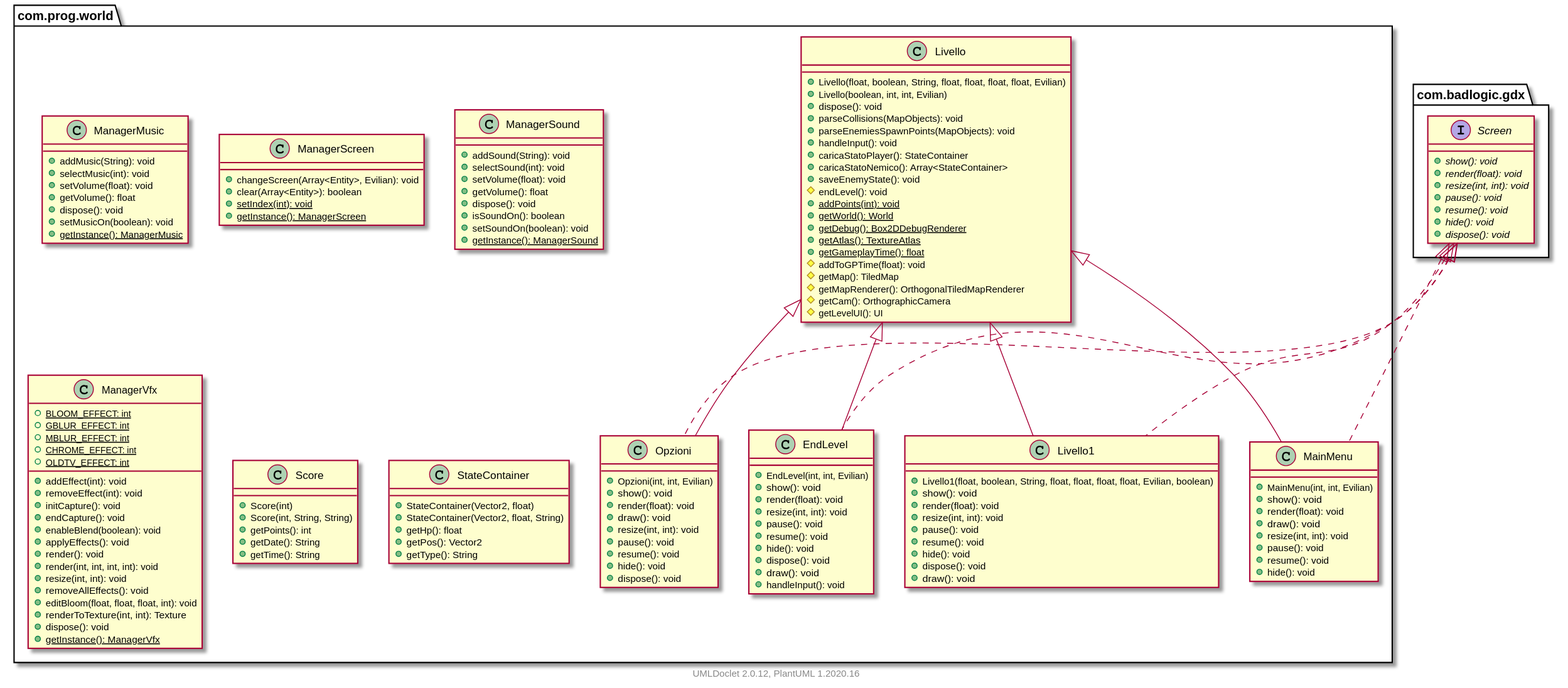
Garma00/Evilian keeps this PlantUML diagram as core/build/docs/javadoc/uml/com/prog/world/package.svg. Above is the earlier version. Source of this version:
```plantuml
@startuml
    namespace com.prog.world {

        class EndLevel [[file:/C:/Users/Utente/Desktop/Evilian/core/build/docs/javadoc/com/prog/world/EndLevel.html]] {
            +EndLevel(int, int, Evilian)
            +show(): void
            +render(float): void
            +resize(int, int): void
            +pause(): void
            +resume(): void
            +hide(): void
            +dispose(): void
            +draw(): void
            +handleInput(): void
        }

        class Livello [[file:/C:/Users/Utente/Desktop/Evilian/core/build/docs/javadoc/com/prog/world/Livello.html]] {
            +Livello(float, boolean, String, float, float, float, float, Evilian)
            +Livello(boolean, int, int, Evilian)
            +dispose(): void
            +parseCollisions(MapObjects): void
            +parseEnemiesSpawnPoints(MapObjects): void
            +handleInput(): void
            +caricaStatoPlayer(): StateContainer
            +caricaStatoNemico(): Array<StateContainer>
            +saveEnemyState(): void
            #endLevel(): void
            {static} +addPoints(int): void
            {static} +getWorld(): World
            {static} +getDebug(): Box2DDebugRenderer
            {static} +getAtlas(): TextureAtlas
            {static} +getGameplayTime(): float
            #addToGPTime(float): void
            #getMap(): TiledMap
            #getMapRenderer(): OrthogonalTiledMapRenderer
            #getCam(): OrthographicCamera
            #getLevelUI(): UI
        }

        class Livello1 [[file:/C:/Users/Utente/Desktop/Evilian/core/build/docs/javadoc/com/prog/world/Livello1.html]] {
            +Livello1(float, boolean, String, float, float, float, float, Evilian, boolean)
            +show(): void
            +render(float): void
            +resize(int, int): void
            +pause(): void
            +resume(): void
            +hide(): void
            +dispose(): void
            +draw(): void
        }

        class MainMenu [[file:/C:/Users/Utente/Desktop/Evilian/core/build/docs/javadoc/com/prog/world/MainMenu.html]] {
            +MainMenu(int, int, Evilian)
            +show(): void
            +render(float): void
            +draw(): void
            +resize(int, int): void
            +pause(): void
            +resume(): void
            +hide(): void
        }

        class ManagerMusic [[file:/C:/Users/Utente/Desktop/Evilian/core/build/docs/javadoc/com/prog/world/ManagerMusic.html]] {
            +addMusic(String): void
            +selectMusic(int): void
            +setVolume(float): void
            +getVolume(): float
            +dispose(): void
            +setMusicOn(boolean): void
            {static} +getInstance(): ManagerMusic
        }

        class ManagerScreen [[file:/C:/Users/Utente/Desktop/Evilian/core/build/docs/javadoc/com/prog/world/ManagerScreen.html]] {
            +changeScreen(Array<Entity>, Evilian): void
            +clear(Array<Entity>): boolean
            {static} +setIndex(int): void
            {static} +getInstance(): ManagerScreen
        }

        class ManagerSound [[file:/C:/Users/Utente/Desktop/Evilian/core/build/docs/javadoc/com/prog/world/ManagerSound.html]] {
            +addSound(String): void
            +selectSound(int): void
            +setVolume(float): void
            +getVolume(): float
            +dispose(): void
            +isSoundOn(): boolean
            +setSoundOn(boolean): void
            {static} +getInstance(): ManagerSound
        }

        class ManagerVfx [[file:/C:/Users/Utente/Desktop/Evilian/core/build/docs/javadoc/com/prog/world/ManagerVfx.html]] {
            {static} +BLOOM_EFFECT: int
            {static} +GBLUR_EFFECT: int
            {static} +MBLUR_EFFECT: int
            {static} +CHROME_EFFECT: int
            {static} +OLDTV_EFFECT: int
            +addEffect(int): void
            +removeEffect(int): void
            +initCapture(): void
            +endCapture(): void
            +enableBlend(boolean): void
            +applyEffects(): void
            +render(): void
            +render(int, int, int, int): void
            +resize(int, int): void
            +removeAllEffects(): void
            +editBloom(float, float, float, int): void
            +renderToTexture(int, int): Texture
            +dispose(): void
            {static} +getInstance(): ManagerVfx
        }

        class Opzioni [[file:/C:/Users/Utente/Desktop/Evilian/core/build/docs/javadoc/com/prog/world/Opzioni.html]] {
            +Opzioni(int, int, Evilian)
            +show(): void
            +render(float): void
            +draw(): void
            +resize(int, int): void
            +pause(): void
            +resume(): void
            +hide(): void
            +dispose(): void
        }

        class Score [[file:/C:/Users/Utente/Desktop/Evilian/core/build/docs/javadoc/com/prog/world/Score.html]] {
            +Score(int)
            +Score(int, String, String)
            +getPoints(): int
            +getDate(): String
            +getTime(): String
        }

        class StateContainer [[file:/C:/Users/Utente/Desktop/Evilian/core/build/docs/javadoc/com/prog/world/StateContainer.html]] {
            +StateContainer(Vector2, float)
            +StateContainer(Vector2, float, String)
            +getHp(): float
            +getPos(): Vector2
            +getType(): String
        }

        Livello <|-- EndLevel
        com.badlogic.gdx.Screen <|.. EndLevel
        Livello <|-- Livello1
        com.badlogic.gdx.Screen <|.. Livello1
        Livello <|-- MainMenu
        com.badlogic.gdx.Screen <|.. MainMenu
        Livello <|-- Opzioni
        com.badlogic.gdx.Screen <|.. Opzioni
    }

    namespace com.badlogic.gdx {
        interface Screen {
            {abstract} +show(): void
            {abstract} +render(float): void
            {abstract} +resize(int, int): void
            {abstract} +pause(): void
            {abstract} +resume(): void
            {abstract} +hide(): void
            {abstract} +dispose(): void
        }
    }

    center footer UMLDoclet 2.0.12, PlantUML 1.2020.16
@enduml
```
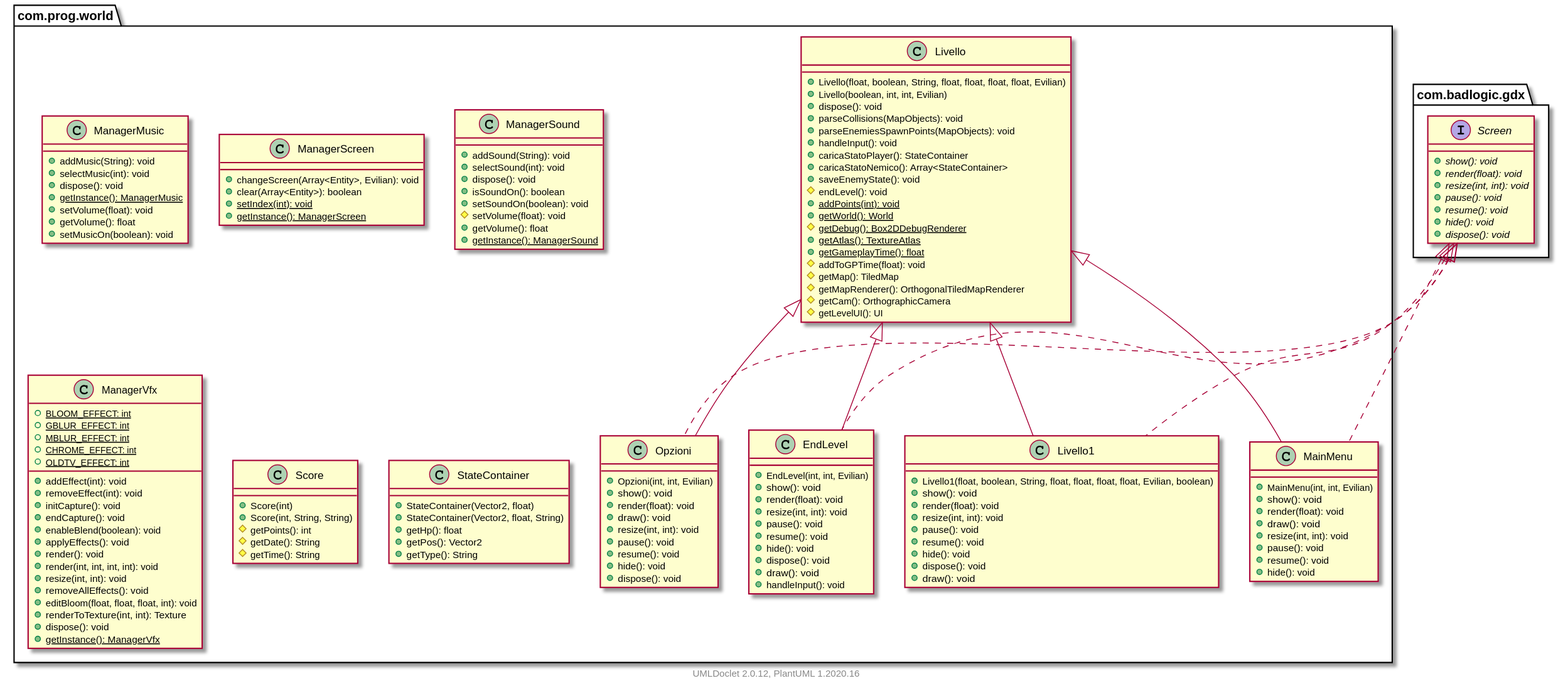
The same file after the commit.

Diff of the diagram source:
```diff
@@ -27,7 +27,7 @@
             #endLevel(): void
             {static} +addPoints(int): void
             {static} +getWorld(): World
-            {static} +getDebug(): Box2DDebugRenderer
+            {static} #getDebug(): Box2DDebugRenderer
             {static} +getAtlas(): TextureAtlas
             {static} +getGameplayTime(): float
             #addToGPTime(float): void
@@ -63,11 +63,11 @@
         class ManagerMusic [[file:/C:/Users/Utente/Desktop/Evilian/core/build/docs/javadoc/com/prog/world/ManagerMusic.html]] {
             +addMusic(String): void
             +selectMusic(int): void
+            +dispose(): void
+            {static} +getInstance(): ManagerMusic
             +setVolume(float): void
             +getVolume(): float
-            +dispose(): void
             +setMusicOn(boolean): void
-            {static} +getInstance(): ManagerMusic
         }
 
         class ManagerScreen [[file:/C:/Users/Utente/Desktop/Evilian/core/build/docs/javadoc/com/prog/world/ManagerScreen.html]] {
@@ -80,11 +80,11 @@
         class ManagerSound [[file:/C:/Users/Utente/Desktop/Evilian/core/build/docs/javadoc/com/prog/world/ManagerSound.html]] {
             +addSound(String): void
             +selectSound(int): void
-            +setVolume(float): void
-            +getVolume(): float
             +dispose(): void
             +isSoundOn(): boolean
             +setSoundOn(boolean): void
+            #setVolume(float): void
+            +getVolume(): float
             {static} +getInstance(): ManagerSound
         }
 
@@ -125,9 +125,9 @@
         class Score [[file:/C:/Users/Utente/Desktop/Evilian/core/build/docs/javadoc/com/prog/world/Score.html]] {
             +Score(int)
             +Score(int, String, String)
-            +getPoints(): int
-            +getDate(): String
-            +getTime(): String
+            #getPoints(): int
+            #getDate(): String
+            #getTime(): String
         }
 
         class StateContainer [[file:/C:/Users/Utente/Desktop/Evilian/core/build/docs/javadoc/com/prog/world/StateContainer.html]] {
```
